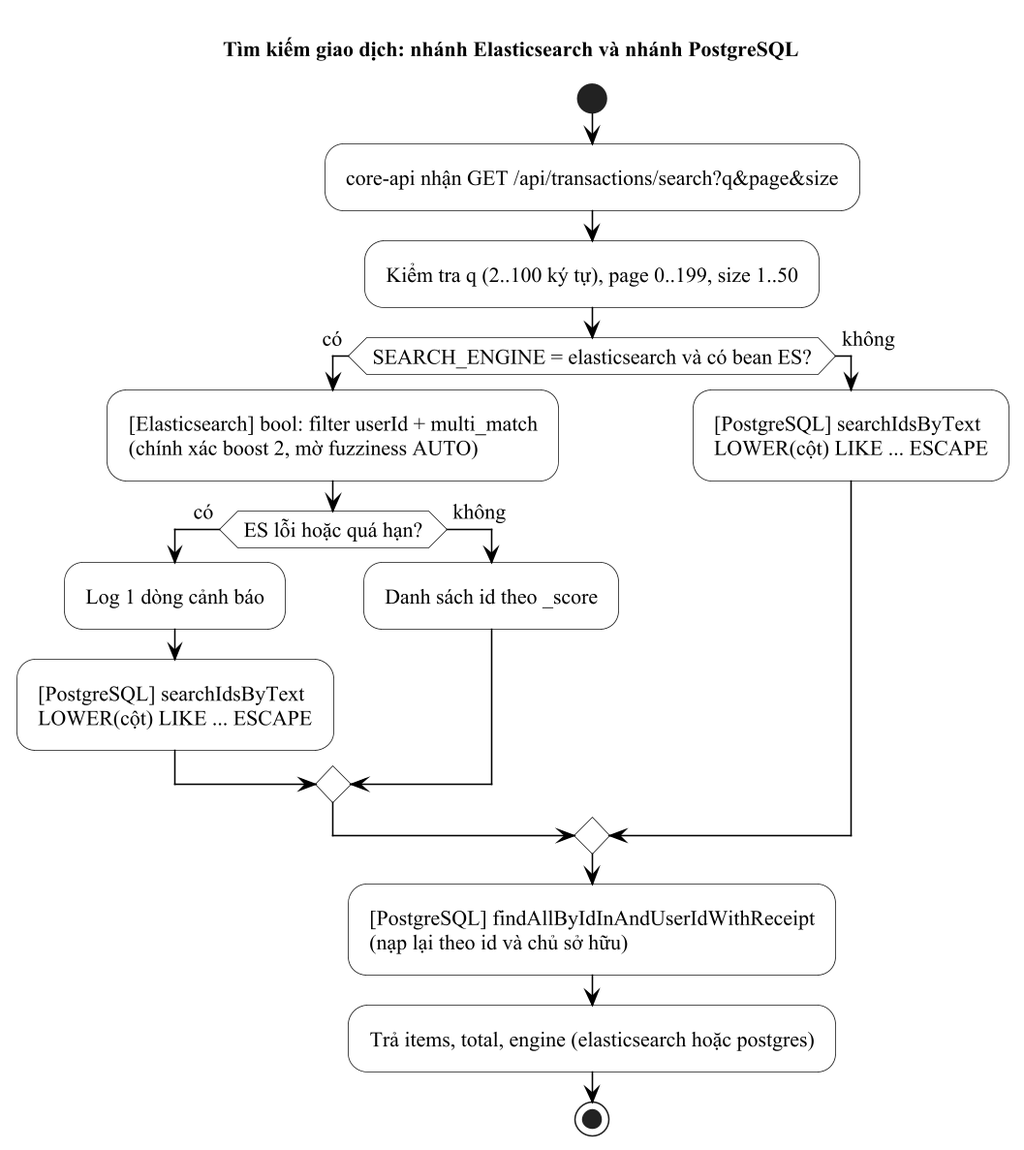
The PlantUML diagram docs/nosql/diagrams/act_tim_kiem.png in TriPhan15/donutpay-monorepo, before a commit.
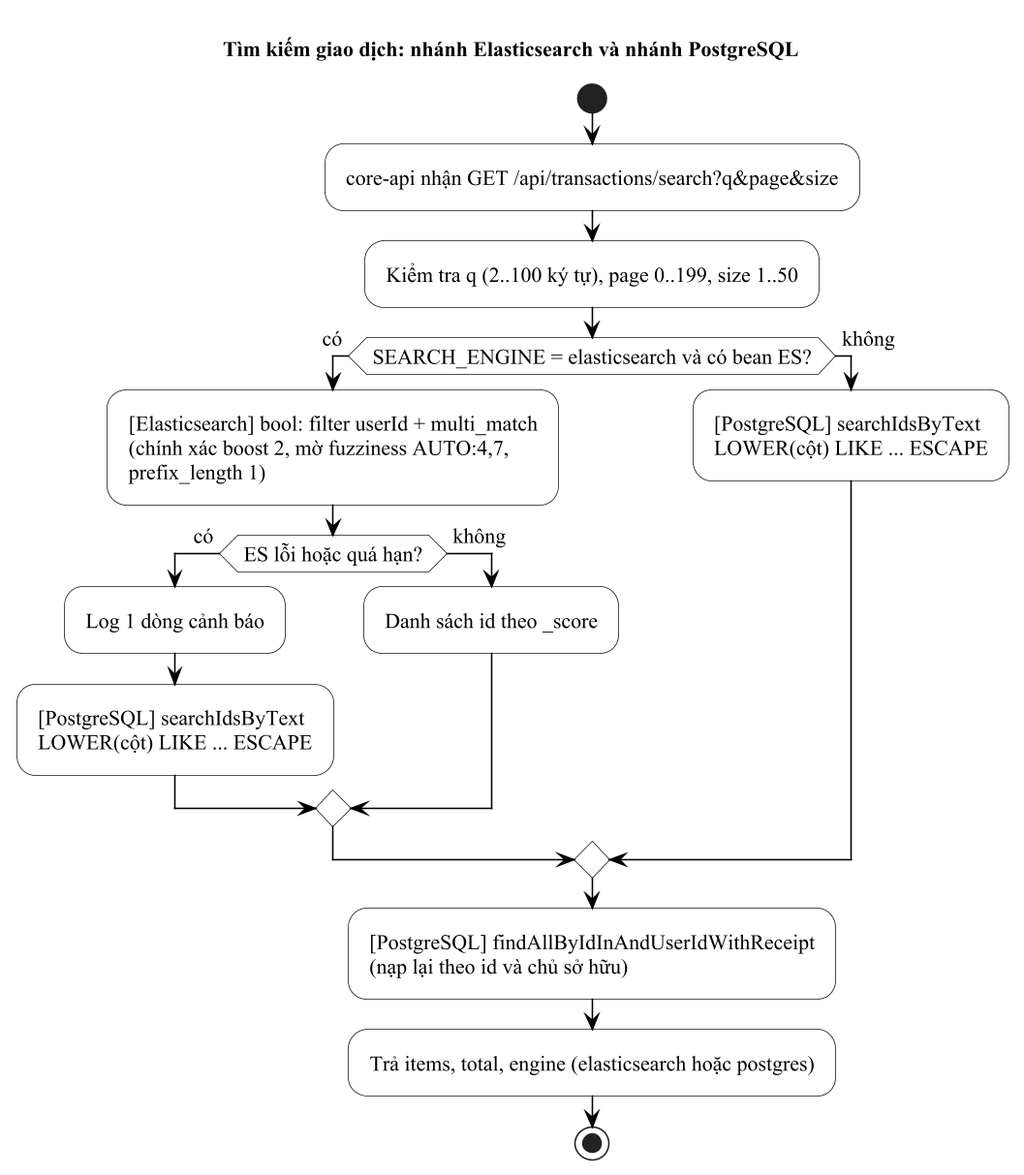
After the commit.

Commit message:
docs(nosql): search diagrams show the real fuzzy settings (AUTO:4,7, prefix_length 1)

The edit, as a diff of the source:
```diff
@@ -6,7 +6,7 @@
 :core-api nhận GET /api/transactions/search?q&page&size;
 :Kiểm tra q (2..100 ký tự), page 0..199, size 1..50;
 if (SEARCH_ENGINE = elasticsearch và có bean ES?) then (có)
-  :[Elasticsearch] bool: filter userId + multi_match\n(chính xác boost 2, mờ fuzziness AUTO);
+  :[Elasticsearch] bool: filter userId + multi_match\n(chính xác boost 2, mờ fuzziness AUTO:4,7, prefix_length 1);
   if (ES lỗi hoặc quá hạn?) then (có)
     :Log 1 dòng cảnh báo;
     :[PostgreSQL] searchIdsByText\nLOWER(cột) LIKE ... ESCAPE;
```
